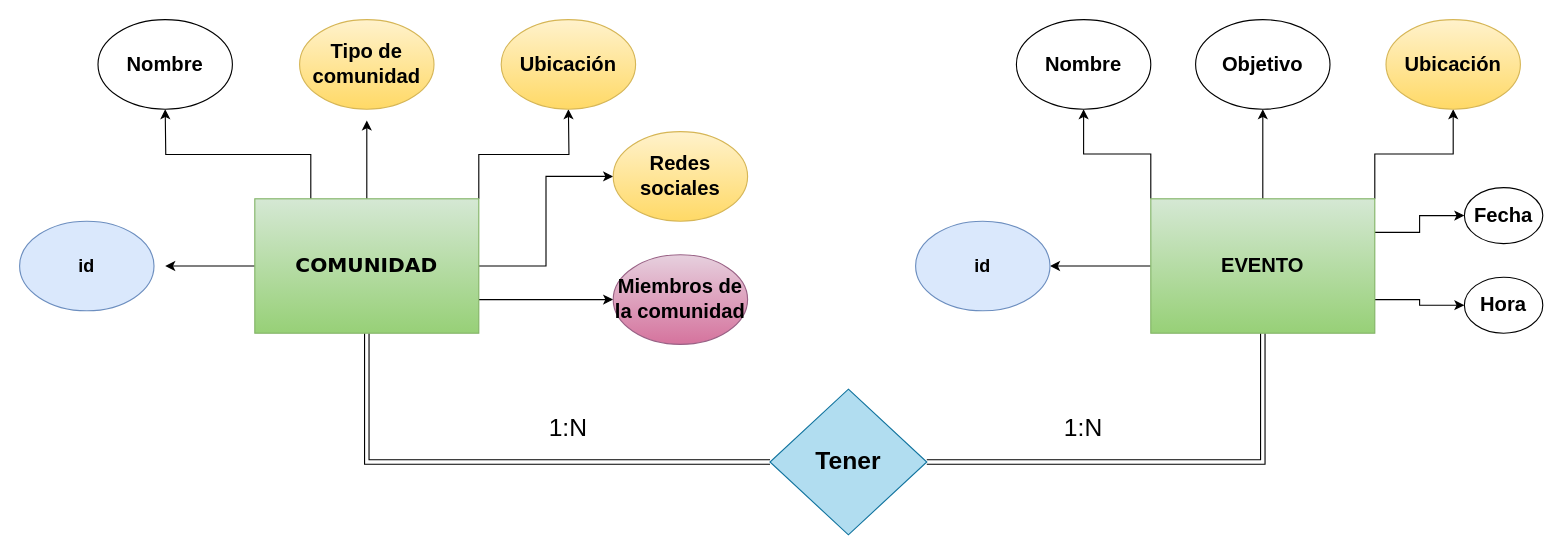
This is page "Page-1" (1 of 3) of Untitled Diagram.drawio from hongomoon/SkillsForWomenInTech, a draw.io file, before an edit. Source tidied: cells renumbered, new cells numbered last; positions are measured from the earlier drawing's top-left corner, leaving out a move shared by most shapes. Both pictures are drawn from the tidied source at 112%, with x=0, y=0 at pixel (19, 19).
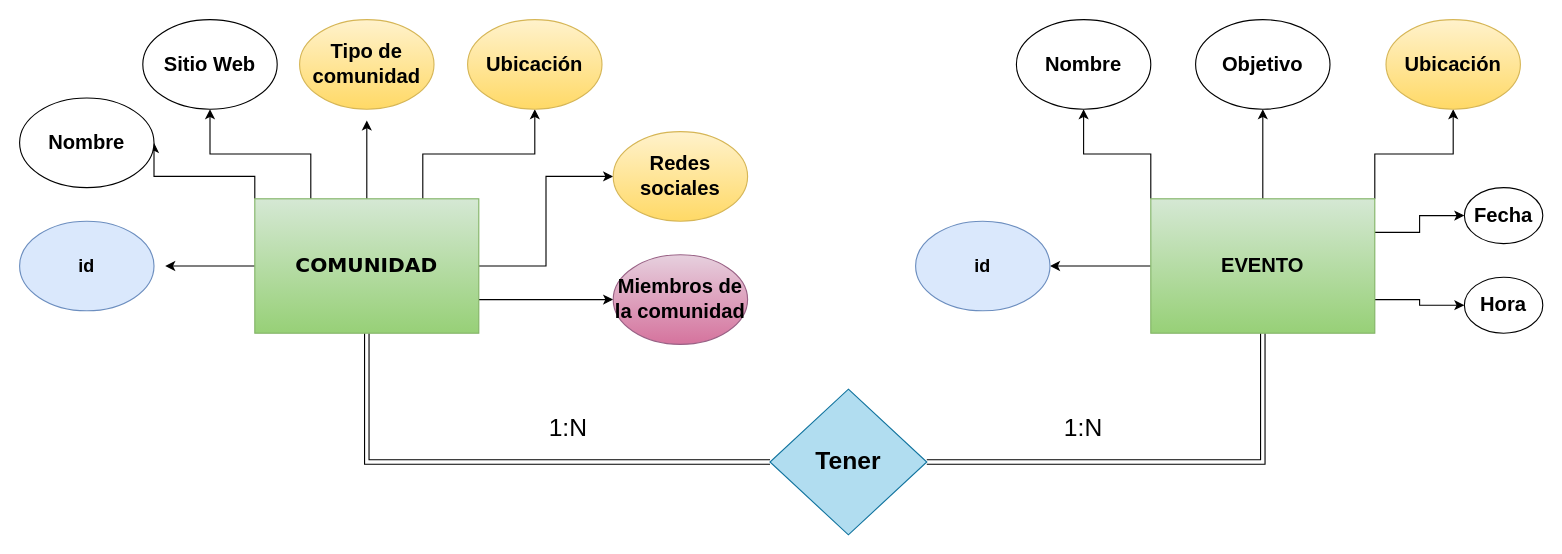
The same page after the edit.

The change refers to these unchanged cells:
```xml
<mxCell id="9" value="&lt;h3 style=&quot;font-size: 18px&quot;&gt;&lt;font style=&quot;font-size: 18px&quot; face=&quot;Verdana&quot;&gt;COMUNIDAD&lt;/font&gt;&lt;br&gt;&lt;/h3&gt;" style="rounded=0;whiteSpace=wrap;html=1;fillColor=#d5e8d4;strokeColor=#82b366;gradientColor=#97d077;" parent="1" vertex="1">
  <mxGeometry x="210" y="160" width="200" height="120" as="geometry" />
</mxCell>
```

Diff of the diagram source:
```diff
@@
-    <mxCell id="3" style="edgeStyle=orthogonalEdgeStyle;rounded=0;jettySize=auto;html=1;exitX=0.25;exitY=0;exitDx=0;exitDy=0;fontFamily=Helvetica;fontSize=18;" parent="1" edge="1" source="9">
+    <mxCell id="3" style="edgeStyle=orthogonalEdgeStyle;rounded=0;jettySize=auto;html=1;exitX=0;exitY=0;exitDx=0;exitDy=0;fontFamily=Helvetica;fontSize=18;entryX=1;entryY=0.5;entryDx=0;entryDy=0;" parent="1" edge="1" source="9" target="11">
       <mxGeometry relative="1" as="geometry">
-        <mxPoint x="130" y="80" as="targetPoint" />
+        <Array as="points">
+          <mxPoint x="210" y="140" />
+          <mxPoint x="120" y="140" />
+        </Array>
       </mxGeometry>
     </mxCell>
@@
-    <mxCell id="5" style="edgeStyle=orthogonalEdgeStyle;rounded=0;jettySize=auto;html=1;exitX=1;exitY=0;exitDx=0;exitDy=0;fontFamily=Helvetica;fontSize=18;" parent="1" edge="1" source="9">
-      <mxGeometry relative="1" as="geometry">
-        <mxPoint x="490" y="80" as="targetPoint" />
-      </mxGeometry>
-    </mxCell>
@@
+    <mxCell id="33" style="edgeStyle=orthogonalEdgeStyle;rounded=0;jettySize=auto;html=1;exitX=0.75;exitY=0;exitDx=0;exitDy=0;entryX=0.5;entryY=1;entryDx=0;entryDy=0;fontFamily=Helvetica;fontSize=16;" parent="1" edge="1" source="9" target="13">
+      <mxGeometry relative="1" as="geometry" />
+    </mxCell>
+    <mxCell id="34" style="edgeStyle=orthogonalEdgeStyle;rounded=0;jettySize=auto;html=1;exitX=0.25;exitY=0;exitDx=0;exitDy=0;entryX=0.5;entryY=1;entryDx=0;entryDy=0;fontFamily=Helvetica;fontSize=16;" parent="1" edge="1" source="9" target="35">
+      <mxGeometry relative="1" as="geometry" />
+    </mxCell>
@@
     <mxCell id="11" value="&lt;b&gt;Nombre&lt;/b&gt;" style="ellipse;whiteSpace=wrap;html=1;fontFamily=Helvetica;fontSize=18;" parent="1" vertex="1">
-      <mxGeometry x="70" width="120" height="80" as="geometry" />
+      <mxGeometry y="70" width="120" height="80" as="geometry" />
     </mxCell>
@@
     <mxCell id="13" value="&lt;b&gt;Ubicación&lt;/b&gt;" style="ellipse;whiteSpace=wrap;html=1;fontFamily=Helvetica;fontSize=18;fillColor=#fff2cc;gradientColor=#ffd966;strokeColor=#d6b656;" parent="1" vertex="1">
-      <mxGeometry x="430" width="120" height="80" as="geometry" />
+      <mxGeometry x="400" width="120" height="80" as="geometry" />
     </mxCell>
@@
+    <mxCell id="35" value="&lt;b&gt;Sitio Web&lt;/b&gt;" style="ellipse;whiteSpace=wrap;html=1;fontFamily=Helvetica;fontSize=18;" parent="1" vertex="1">
+      <mxGeometry x="110" width="120" height="80" as="geometry" />
+    </mxCell>
```
